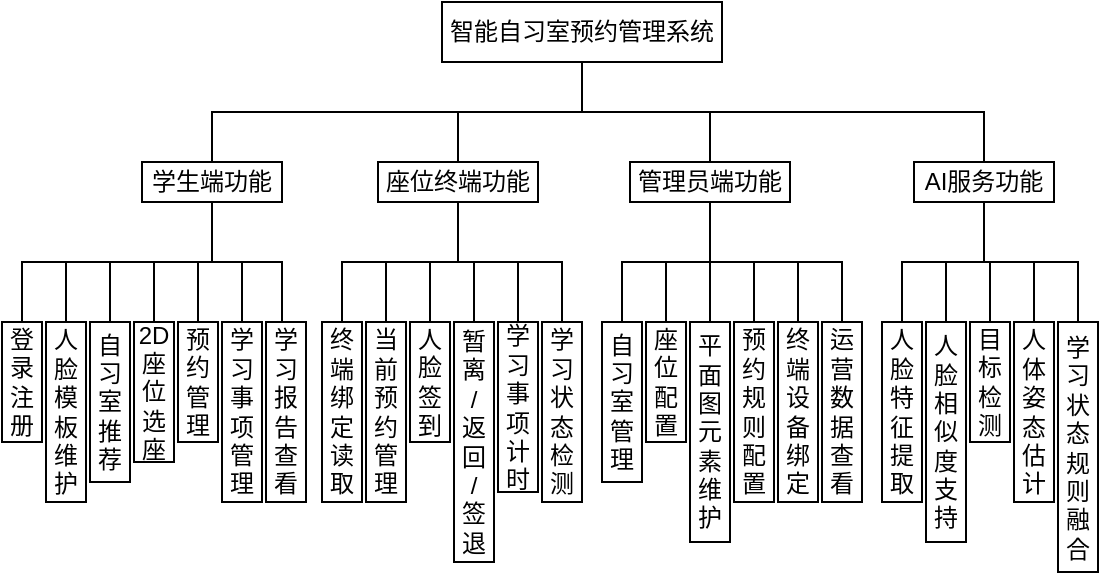
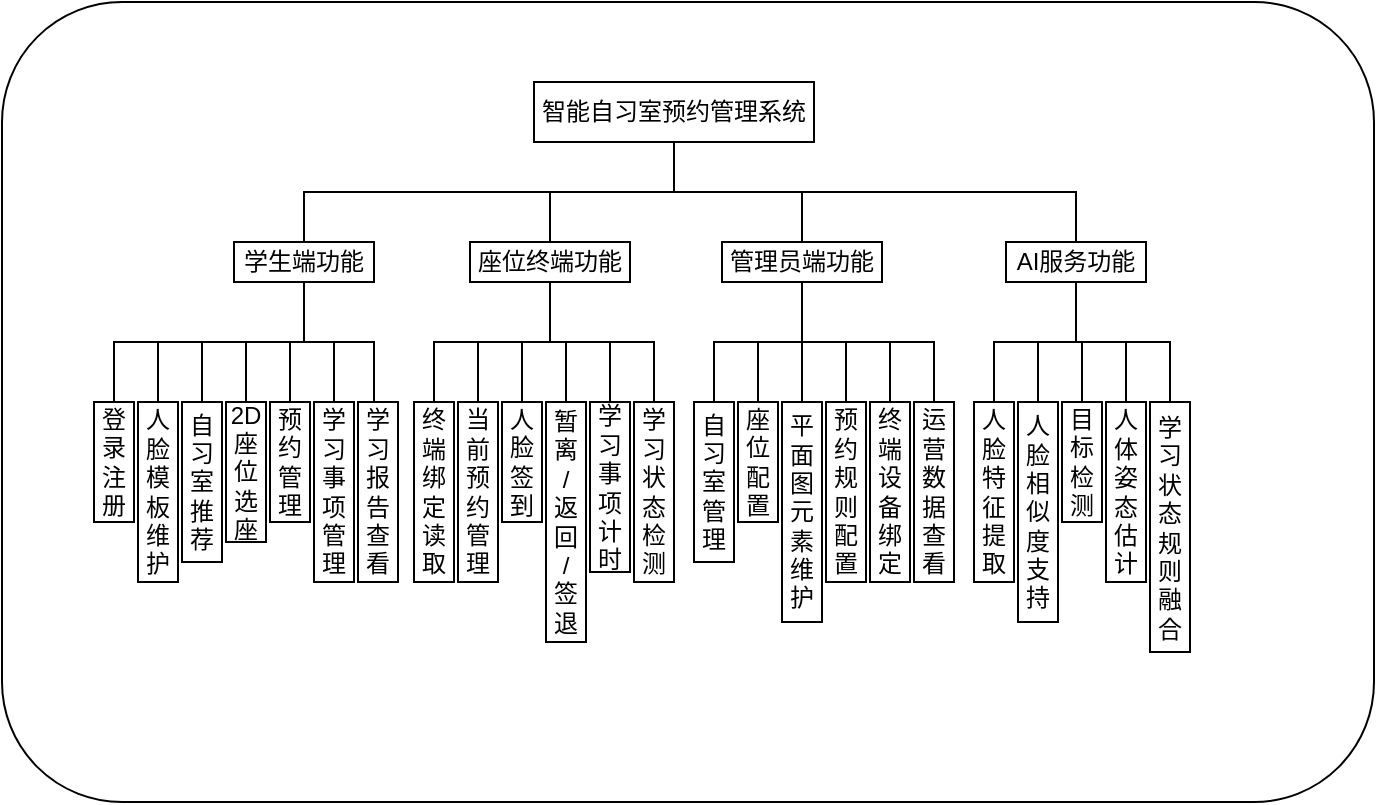
<mxfile host="app.diagrams.net">
  <diagram name="Page-1" id="JgNGPUX6Y3JAHtaPczqu">
-     <mxGraphModel dx="1622" dy="529" grid="1" gridSize="10" guides="1" tooltips="1" connect="1" arrows="1" fold="1" page="1" pageScale="1" pageWidth="827" pageHeight="1169" math="0" shadow="0">
+     <mxGraphModel dx="1648" dy="632" grid="1" gridSize="10" guides="1" tooltips="1" connect="1" arrows="1" fold="1" page="1" pageScale="1" pageWidth="827" pageHeight="1169" math="0" shadow="0">
      <root>
        <mxCell id="0" />
        <mxCell id="1" parent="0" />
+         <mxCell id="3hWUR6OqM9S-dFKE5sNT-1" parent="1" style="rounded=1;whiteSpace=wrap;html=1;" value="" vertex="1">
+           <mxGeometry height="400" width="686" x="-166" y="80" as="geometry" />
+         </mxCell>
        <mxCell id="AWTApdy1it3-httnMUtV-31" edge="1" parent="1" source="AWTApdy1it3-httnMUtV-1" style="edgeStyle=elbowEdgeStyle;rounded=0;orthogonalLoop=1;jettySize=auto;html=1;entryX=0.5;entryY=0;entryDx=0;entryDy=0;endArrow=none;endFill=0;elbow=vertical;" target="AWTApdy1it3-httnMUtV-2" value="">
          <mxGeometry relative="1" as="geometry">
            <Array as="points">
              <mxPoint x="170" y="175" />
              <mxPoint x="110" y="175" />
            </Array>
          </mxGeometry>
        </mxCell>
        <mxCell id="AWTApdy1it3-httnMUtV-32" edge="1" parent="1" source="AWTApdy1it3-httnMUtV-1" style="edgeStyle=orthogonalEdgeStyle;rounded=0;orthogonalLoop=1;jettySize=auto;html=1;entryX=0.5;entryY=0;entryDx=0;entryDy=0;endArrow=none;endFill=0;" target="AWTApdy1it3-httnMUtV-3">
          <mxGeometry relative="1" as="geometry" />
        </mxCell>
        <mxCell id="AWTApdy1it3-httnMUtV-35" edge="1" parent="1" source="AWTApdy1it3-httnMUtV-1" style="edgeStyle=orthogonalEdgeStyle;rounded=0;orthogonalLoop=1;jettySize=auto;html=1;exitX=0.5;exitY=1;exitDx=0;exitDy=0;entryX=0.5;entryY=0;entryDx=0;entryDy=0;endArrow=none;endFill=0;" target="AWTApdy1it3-httnMUtV-5">
          <mxGeometry relative="1" as="geometry">
            <Array as="points">
              <mxPoint x="170" y="175" />
              <mxPoint x="371" y="175" />
            </Array>
            <mxPoint x="560" y="200" as="targetPoint" />
          </mxGeometry>
        </mxCell>
        <mxCell id="AWTApdy1it3-httnMUtV-55" edge="1" parent="1" source="AWTApdy1it3-httnMUtV-1" style="edgeStyle=orthogonalEdgeStyle;rounded=0;orthogonalLoop=1;jettySize=auto;html=1;entryX=0.5;entryY=0;entryDx=0;entryDy=0;endArrow=none;endFill=0;" target="AWTApdy1it3-httnMUtV-4">
          <mxGeometry relative="1" as="geometry" />
        </mxCell>
        <mxCell id="AWTApdy1it3-httnMUtV-1" parent="1" style="rounded=0;whiteSpace=wrap;html=1;" value="智能自习室预约管理系统" vertex="1">
          <mxGeometry height="30" width="140" x="100" y="120" as="geometry" />
        </mxCell>
        <mxCell id="AWTApdy1it3-httnMUtV-36" edge="1" parent="1" source="AWTApdy1it3-httnMUtV-2" style="edgeStyle=orthogonalEdgeStyle;rounded=0;orthogonalLoop=1;jettySize=auto;html=1;exitX=0.5;exitY=1;exitDx=0;exitDy=0;endArrow=none;endFill=0;" target="AWTApdy1it3-httnMUtV-6">
          <mxGeometry relative="1" as="geometry" />
        </mxCell>
        <mxCell id="AWTApdy1it3-httnMUtV-37" edge="1" parent="1" source="AWTApdy1it3-httnMUtV-2" style="edgeStyle=orthogonalEdgeStyle;rounded=0;orthogonalLoop=1;jettySize=auto;html=1;entryX=0.5;entryY=0;entryDx=0;entryDy=0;endArrow=none;endFill=0;" target="AWTApdy1it3-httnMUtV-7">
          <mxGeometry relative="1" as="geometry">
            <Array as="points">
              <mxPoint x="-15" y="250" />
              <mxPoint x="-88" y="250" />
            </Array>
          </mxGeometry>
        </mxCell>
        <mxCell id="AWTApdy1it3-httnMUtV-38" edge="1" parent="1" source="AWTApdy1it3-httnMUtV-2" style="edgeStyle=orthogonalEdgeStyle;rounded=0;orthogonalLoop=1;jettySize=auto;html=1;entryX=0.5;entryY=0;entryDx=0;entryDy=0;endArrow=none;endFill=0;" target="AWTApdy1it3-httnMUtV-8">
          <mxGeometry relative="1" as="geometry">
            <Array as="points">
              <mxPoint x="-15" y="250" />
              <mxPoint x="-66" y="250" />
            </Array>
          </mxGeometry>
        </mxCell>
        <mxCell id="AWTApdy1it3-httnMUtV-39" edge="1" parent="1" source="AWTApdy1it3-httnMUtV-2" style="edgeStyle=orthogonalEdgeStyle;rounded=0;orthogonalLoop=1;jettySize=auto;html=1;entryX=0.5;entryY=0;entryDx=0;entryDy=0;endArrow=none;endFill=0;" target="AWTApdy1it3-httnMUtV-9">
          <mxGeometry relative="1" as="geometry" />
        </mxCell>
        <mxCell id="AWTApdy1it3-httnMUtV-40" edge="1" parent="1" source="AWTApdy1it3-httnMUtV-2" style="edgeStyle=orthogonalEdgeStyle;rounded=0;orthogonalLoop=1;jettySize=auto;html=1;entryX=0.5;entryY=0;entryDx=0;entryDy=0;endArrow=none;endFill=0;" target="AWTApdy1it3-httnMUtV-10">
          <mxGeometry relative="1" as="geometry" />
        </mxCell>
        <mxCell id="AWTApdy1it3-httnMUtV-41" edge="1" parent="1" source="AWTApdy1it3-httnMUtV-2" style="edgeStyle=orthogonalEdgeStyle;rounded=0;orthogonalLoop=1;jettySize=auto;html=1;endArrow=none;endFill=0;entryX=0.5;entryY=0;entryDx=0;entryDy=0;" target="AWTApdy1it3-httnMUtV-11">
          <mxGeometry relative="1" as="geometry">
            <Array as="points">
              <mxPoint x="-15" y="250" />
              <mxPoint y="250" />
            </Array>
          </mxGeometry>
        </mxCell>
        <mxCell id="AWTApdy1it3-httnMUtV-42" edge="1" parent="1" source="AWTApdy1it3-httnMUtV-2" style="edgeStyle=orthogonalEdgeStyle;rounded=0;orthogonalLoop=1;jettySize=auto;html=1;entryX=0.5;entryY=0;entryDx=0;entryDy=0;endArrow=none;endFill=0;" target="AWTApdy1it3-httnMUtV-12">
          <mxGeometry relative="1" as="geometry">
            <Array as="points">
              <mxPoint x="-15" y="250" />
              <mxPoint x="20" y="250" />
              <mxPoint x="20" y="280" />
            </Array>
          </mxGeometry>
        </mxCell>
        <mxCell id="AWTApdy1it3-httnMUtV-2" parent="1" style="whiteSpace=wrap;html=1;" value="学生端功能" vertex="1">
          <mxGeometry height="20" width="70" x="-50" y="200" as="geometry" />
        </mxCell>
        <mxCell id="AWTApdy1it3-httnMUtV-43" edge="1" parent="1" source="AWTApdy1it3-httnMUtV-3" style="edgeStyle=orthogonalEdgeStyle;rounded=0;orthogonalLoop=1;jettySize=auto;html=1;entryX=0.5;entryY=0;entryDx=0;entryDy=0;endArrow=none;endFill=0;" target="AWTApdy1it3-httnMUtV-13">
          <mxGeometry relative="1" as="geometry">
            <Array as="points">
              <mxPoint x="108" y="250" />
              <mxPoint x="50" y="250" />
            </Array>
          </mxGeometry>
        </mxCell>
        <mxCell id="AWTApdy1it3-httnMUtV-44" edge="1" parent="1" source="AWTApdy1it3-httnMUtV-3" style="edgeStyle=orthogonalEdgeStyle;rounded=0;orthogonalLoop=1;jettySize=auto;html=1;entryX=0.5;entryY=0;entryDx=0;entryDy=0;endArrow=none;endFill=0;" target="AWTApdy1it3-httnMUtV-14">
          <mxGeometry relative="1" as="geometry">
            <Array as="points">
              <mxPoint x="108" y="250" />
              <mxPoint x="72" y="250" />
            </Array>
          </mxGeometry>
        </mxCell>
        <mxCell id="AWTApdy1it3-httnMUtV-45" edge="1" parent="1" source="AWTApdy1it3-httnMUtV-3" style="edgeStyle=orthogonalEdgeStyle;rounded=0;orthogonalLoop=1;jettySize=auto;html=1;entryX=0.5;entryY=0;entryDx=0;entryDy=0;endArrow=none;endFill=0;" target="AWTApdy1it3-httnMUtV-15">
          <mxGeometry relative="1" as="geometry" />
        </mxCell>
        <mxCell id="AWTApdy1it3-httnMUtV-46" edge="1" parent="1" source="AWTApdy1it3-httnMUtV-3" style="edgeStyle=orthogonalEdgeStyle;rounded=0;orthogonalLoop=1;jettySize=auto;html=1;entryX=0.5;entryY=0;entryDx=0;entryDy=0;endArrow=none;endFill=0;" target="AWTApdy1it3-httnMUtV-16">
          <mxGeometry relative="1" as="geometry" />
        </mxCell>
        <mxCell id="AWTApdy1it3-httnMUtV-47" edge="1" parent="1" source="AWTApdy1it3-httnMUtV-3" style="edgeStyle=orthogonalEdgeStyle;rounded=0;orthogonalLoop=1;jettySize=auto;html=1;entryX=0.5;entryY=0;entryDx=0;entryDy=0;endArrow=none;endFill=0;" target="AWTApdy1it3-httnMUtV-17">
          <mxGeometry relative="1" as="geometry" />
        </mxCell>
        <mxCell id="AWTApdy1it3-httnMUtV-48" edge="1" parent="1" source="AWTApdy1it3-httnMUtV-3" style="edgeStyle=orthogonalEdgeStyle;rounded=0;orthogonalLoop=1;jettySize=auto;html=1;entryX=0.5;entryY=0;entryDx=0;entryDy=0;endArrow=none;endFill=0;" target="AWTApdy1it3-httnMUtV-18">
          <mxGeometry relative="1" as="geometry">
            <Array as="points">
              <mxPoint x="108" y="250" />
              <mxPoint x="160" y="250" />
            </Array>
          </mxGeometry>
        </mxCell>
        <mxCell id="AWTApdy1it3-httnMUtV-3" parent="1" style="whiteSpace=wrap;html=1;" value="座位终端功能" vertex="1">
          <mxGeometry height="20" width="80" x="68" y="200" as="geometry" />
        </mxCell>
        <mxCell id="AWTApdy1it3-httnMUtV-49" edge="1" parent="1" source="AWTApdy1it3-httnMUtV-4" style="edgeStyle=orthogonalEdgeStyle;rounded=0;orthogonalLoop=1;jettySize=auto;html=1;entryX=0.5;entryY=0;entryDx=0;entryDy=0;endArrow=none;endFill=0;" target="AWTApdy1it3-httnMUtV-19">
          <mxGeometry relative="1" as="geometry" />
        </mxCell>
        <mxCell id="AWTApdy1it3-httnMUtV-50" edge="1" parent="1" source="AWTApdy1it3-httnMUtV-4" style="edgeStyle=orthogonalEdgeStyle;rounded=0;orthogonalLoop=1;jettySize=auto;html=1;entryX=0.5;entryY=0;entryDx=0;entryDy=0;endArrow=none;endFill=0;" target="AWTApdy1it3-httnMUtV-20">
          <mxGeometry relative="1" as="geometry" />
        </mxCell>
        <mxCell id="AWTApdy1it3-httnMUtV-51" edge="1" parent="1" source="AWTApdy1it3-httnMUtV-4" style="edgeStyle=orthogonalEdgeStyle;rounded=0;orthogonalLoop=1;jettySize=auto;html=1;endArrow=none;endFill=0;" target="AWTApdy1it3-httnMUtV-21">
          <mxGeometry relative="1" as="geometry" />
        </mxCell>
        <mxCell id="AWTApdy1it3-httnMUtV-52" edge="1" parent="1" source="AWTApdy1it3-httnMUtV-4" style="edgeStyle=orthogonalEdgeStyle;rounded=0;orthogonalLoop=1;jettySize=auto;html=1;entryX=0.5;entryY=0;entryDx=0;entryDy=0;endArrow=none;endFill=0;" target="AWTApdy1it3-httnMUtV-22">
          <mxGeometry relative="1" as="geometry" />
        </mxCell>
        <mxCell id="AWTApdy1it3-httnMUtV-53" edge="1" parent="1" source="AWTApdy1it3-httnMUtV-4" style="edgeStyle=orthogonalEdgeStyle;rounded=0;orthogonalLoop=1;jettySize=auto;html=1;entryX=0.5;entryY=0;entryDx=0;entryDy=0;endArrow=none;endFill=0;" target="AWTApdy1it3-httnMUtV-23">
          <mxGeometry relative="1" as="geometry" />
        </mxCell>
        <mxCell id="AWTApdy1it3-httnMUtV-54" edge="1" parent="1" source="AWTApdy1it3-httnMUtV-4" style="edgeStyle=orthogonalEdgeStyle;rounded=0;orthogonalLoop=1;jettySize=auto;html=1;entryX=0.5;entryY=0;entryDx=0;entryDy=0;endArrow=none;endFill=0;" target="AWTApdy1it3-httnMUtV-24">
          <mxGeometry relative="1" as="geometry">
            <Array as="points">
              <mxPoint x="234" y="250" />
              <mxPoint x="300" y="250" />
            </Array>
          </mxGeometry>
        </mxCell>
        <mxCell id="AWTApdy1it3-httnMUtV-4" parent="1" style="whiteSpace=wrap;html=1;" value="管理员端功能" vertex="1">
          <mxGeometry height="20" width="80" x="194" y="200" as="geometry" />
        </mxCell>
        <mxCell id="AWTApdy1it3-httnMUtV-56" edge="1" parent="1" source="AWTApdy1it3-httnMUtV-5" style="edgeStyle=orthogonalEdgeStyle;rounded=0;orthogonalLoop=1;jettySize=auto;html=1;entryX=0.5;entryY=0;entryDx=0;entryDy=0;endArrow=none;endFill=0;" target="AWTApdy1it3-httnMUtV-25">
          <mxGeometry relative="1" as="geometry" />
        </mxCell>
        <mxCell id="AWTApdy1it3-httnMUtV-57" edge="1" parent="1" source="AWTApdy1it3-httnMUtV-5" style="edgeStyle=orthogonalEdgeStyle;rounded=0;orthogonalLoop=1;jettySize=auto;html=1;entryX=0.5;entryY=0;entryDx=0;entryDy=0;endArrow=none;endFill=0;" target="AWTApdy1it3-httnMUtV-26">
          <mxGeometry relative="1" as="geometry" />
        </mxCell>
        <mxCell id="AWTApdy1it3-httnMUtV-58" edge="1" parent="1" source="AWTApdy1it3-httnMUtV-5" style="edgeStyle=orthogonalEdgeStyle;rounded=0;orthogonalLoop=1;jettySize=auto;html=1;entryX=0.5;entryY=0;entryDx=0;entryDy=0;endArrow=none;endFill=0;" target="AWTApdy1it3-httnMUtV-27">
          <mxGeometry relative="1" as="geometry" />
        </mxCell>
        <mxCell id="AWTApdy1it3-httnMUtV-59" edge="1" parent="1" source="AWTApdy1it3-httnMUtV-5" style="edgeStyle=orthogonalEdgeStyle;rounded=0;orthogonalLoop=1;jettySize=auto;html=1;entryX=0.5;entryY=0;entryDx=0;entryDy=0;endArrow=none;endFill=0;" target="AWTApdy1it3-httnMUtV-28">
          <mxGeometry relative="1" as="geometry" />
        </mxCell>
        <mxCell id="AWTApdy1it3-httnMUtV-61" edge="1" parent="1" source="AWTApdy1it3-httnMUtV-5" style="edgeStyle=orthogonalEdgeStyle;rounded=0;orthogonalLoop=1;jettySize=auto;html=1;entryX=0.5;entryY=0;entryDx=0;entryDy=0;endArrow=none;endFill=0;" target="AWTApdy1it3-httnMUtV-29">
          <mxGeometry relative="1" as="geometry">
            <Array as="points">
              <mxPoint x="371" y="250" />
              <mxPoint x="418" y="250" />
            </Array>
          </mxGeometry>
        </mxCell>
        <mxCell id="AWTApdy1it3-httnMUtV-5" parent="1" style="whiteSpace=wrap;html=1;" value="AI服务功能" vertex="1">
          <mxGeometry height="20" width="70" x="336" y="200" as="geometry" />
        </mxCell>
        <mxCell id="AWTApdy1it3-httnMUtV-6" parent="1" style="whiteSpace=wrap;html=1;" value="登录注册" vertex="1">
          <mxGeometry height="60" width="20" x="-120" y="280" as="geometry" />
        </mxCell>
        <mxCell id="AWTApdy1it3-httnMUtV-7" parent="1" style="whiteSpace=wrap;html=1;" value="人脸模板维护" vertex="1">
          <mxGeometry height="90" width="20" x="-98" y="280" as="geometry" />
        </mxCell>
        <mxCell id="AWTApdy1it3-httnMUtV-8" parent="1" style="whiteSpace=wrap;html=1;" value="自习室推荐" vertex="1">
          <mxGeometry height="80" width="20" x="-76" y="280" as="geometry" />
        </mxCell>
        <mxCell id="AWTApdy1it3-httnMUtV-9" parent="1" style="whiteSpace=wrap;html=1;" value="2D座位选座" vertex="1">
          <mxGeometry height="70" width="20" x="-54" y="280" as="geometry" />
        </mxCell>
        <mxCell id="AWTApdy1it3-httnMUtV-10" parent="1" style="whiteSpace=wrap;html=1;" value="预约管理" vertex="1">
          <mxGeometry height="60" width="20" x="-32" y="280" as="geometry" />
        </mxCell>
        <mxCell id="AWTApdy1it3-httnMUtV-11" parent="1" style="whiteSpace=wrap;html=1;" value="学习事项管理" vertex="1">
          <mxGeometry height="90" width="20" x="-10" y="280" as="geometry" />
        </mxCell>
        <mxCell id="AWTApdy1it3-httnMUtV-12" parent="1" style="whiteSpace=wrap;html=1;" value="学习报告查看" vertex="1">
          <mxGeometry height="90" width="20" x="12" y="280" as="geometry" />
        </mxCell>
        <mxCell id="AWTApdy1it3-httnMUtV-13" parent="1" style="whiteSpace=wrap;html=1;" value="终端绑定读取" vertex="1">
          <mxGeometry height="90" width="20" x="40" y="280" as="geometry" />
        </mxCell>
        <mxCell id="AWTApdy1it3-httnMUtV-14" parent="1" style="whiteSpace=wrap;html=1;" value="当前预约管理" vertex="1">
          <mxGeometry height="90" width="20" x="62" y="280" as="geometry" />
        </mxCell>
        <mxCell id="AWTApdy1it3-httnMUtV-15" parent="1" style="whiteSpace=wrap;html=1;" value="人脸签到" vertex="1">
          <mxGeometry height="60" width="20" x="84" y="280" as="geometry" />
        </mxCell>
        <mxCell id="AWTApdy1it3-httnMUtV-16" parent="1" style="whiteSpace=wrap;html=1;" value="暂离&lt;div&gt;/&lt;/div&gt;&lt;div&gt;返回&lt;/div&gt;&lt;div&gt;/&lt;/div&gt;&lt;div&gt;签退&lt;/div&gt;" vertex="1">
          <mxGeometry height="120" width="20" x="106" y="280" as="geometry" />
        </mxCell>
        <mxCell id="AWTApdy1it3-httnMUtV-17" parent="1" style="whiteSpace=wrap;html=1;" value="学习事项计时" vertex="1">
          <mxGeometry height="85" width="20" x="128" y="280" as="geometry" />
        </mxCell>
        <mxCell id="AWTApdy1it3-httnMUtV-18" parent="1" style="whiteSpace=wrap;html=1;" value="学习状态检测" vertex="1">
          <mxGeometry height="90" width="20" x="150" y="280" as="geometry" />
        </mxCell>
        <mxCell id="AWTApdy1it3-httnMUtV-19" parent="1" style="whiteSpace=wrap;html=1;" value="自习室管理" vertex="1">
          <mxGeometry height="80" width="20" x="180" y="280" as="geometry" />
        </mxCell>
        <mxCell id="AWTApdy1it3-httnMUtV-20" parent="1" style="whiteSpace=wrap;html=1;" value="座位配置" vertex="1">
          <mxGeometry height="60" width="20" x="202" y="280" as="geometry" />
        </mxCell>
        <mxCell id="AWTApdy1it3-httnMUtV-21" parent="1" style="whiteSpace=wrap;html=1;" value="平面图元素维护" vertex="1">
          <mxGeometry height="110" width="20" x="224" y="280" as="geometry" />
        </mxCell>
        <mxCell id="AWTApdy1it3-httnMUtV-22" parent="1" style="whiteSpace=wrap;html=1;" value="预约规则配置" vertex="1">
          <mxGeometry height="90" width="20" x="246" y="280" as="geometry" />
        </mxCell>
        <mxCell id="AWTApdy1it3-httnMUtV-23" parent="1" style="whiteSpace=wrap;html=1;" value="终端设备绑定" vertex="1">
          <mxGeometry height="90" width="20" x="268" y="280" as="geometry" />
        </mxCell>
        <mxCell id="AWTApdy1it3-httnMUtV-24" parent="1" style="whiteSpace=wrap;html=1;" value="运营数据查看" vertex="1">
          <mxGeometry height="90" width="20" x="290" y="280" as="geometry" />
        </mxCell>
        <mxCell id="AWTApdy1it3-httnMUtV-25" parent="1" style="whiteSpace=wrap;html=1;" value="人脸特征提取" vertex="1">
          <mxGeometry height="90" width="20" x="320" y="280" as="geometry" />
        </mxCell>
        <mxCell id="AWTApdy1it3-httnMUtV-26" parent="1" style="whiteSpace=wrap;html=1;" value="人脸相似度支持" vertex="1">
          <mxGeometry height="110" width="20" x="342" y="280" as="geometry" />
        </mxCell>
        <mxCell id="AWTApdy1it3-httnMUtV-27" parent="1" style="whiteSpace=wrap;html=1;" value="目标检测" vertex="1">
          <mxGeometry height="60" width="20" x="364" y="280" as="geometry" />
        </mxCell>
        <mxCell id="AWTApdy1it3-httnMUtV-28" parent="1" style="whiteSpace=wrap;html=1;" value="人体姿态估计" vertex="1">
          <mxGeometry height="90" width="20" x="386" y="280" as="geometry" />
        </mxCell>
        <mxCell id="AWTApdy1it3-httnMUtV-29" parent="1" style="whiteSpace=wrap;html=1;" value="学习状态规则融合" vertex="1">
          <mxGeometry height="125" width="20" x="408" y="280" as="geometry" />
        </mxCell>
      </root>
    </mxGraphModel>
  </diagram>
</mxfile>
